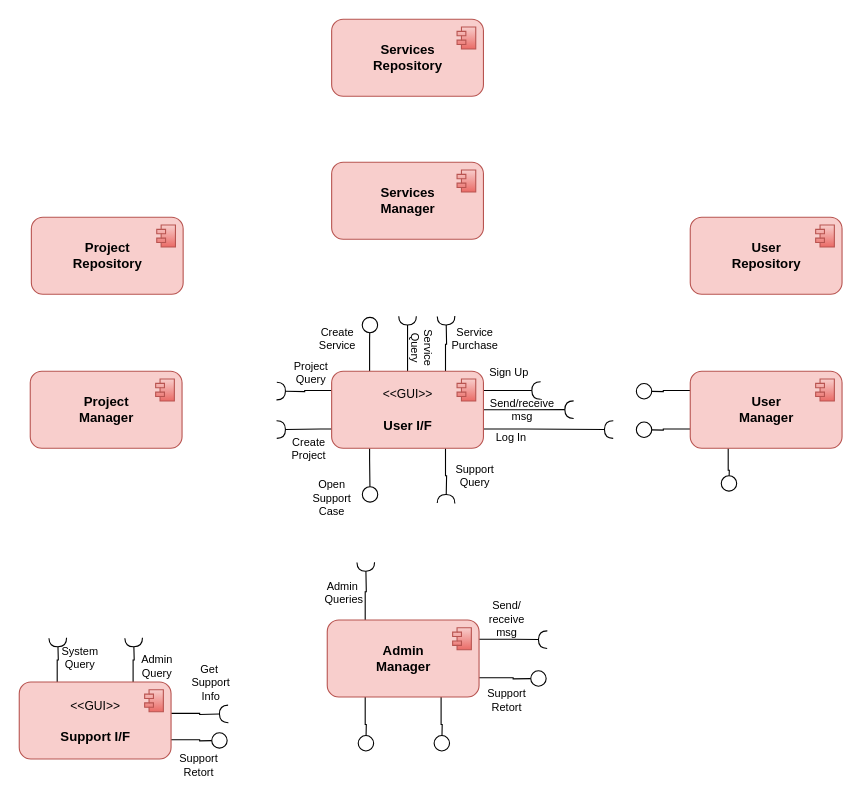
Before: page "Component Diagram" (3 of 3) of SAD Diagrams.drawio in Itaybarbar/myProject, a draw.io diagram. Source tidied: cells renumbered, new cells numbered last; positions are measured from the earlier drawing's top-left corner, leaving out a move shared by most shapes. Both pictures are drawn from the tidied source at 110%, with x=0, y=0 at pixel (19, 19).
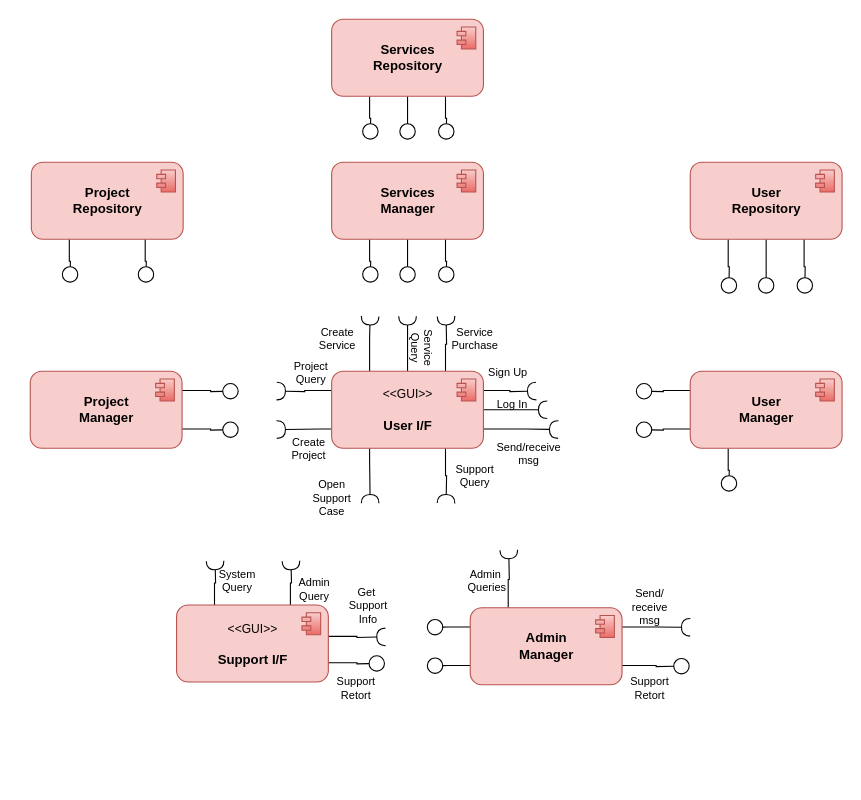
After the change.

Unchanged cells that the change refers to:
```xml
<mxCell id="15" value="&lt;blockquote style=&quot;margin: 0 0 0 40px ; border: none ; padding: 0px&quot;&gt;&lt;/blockquote&gt;&lt;span style=&quot;font-size: 11px&quot;&gt;&lt;span style=&quot;font-weight: normal&quot;&gt;&amp;lt;&amp;lt;GUI&amp;gt;&amp;gt;&lt;br&gt;&lt;/span&gt;&lt;br&gt;&lt;/span&gt;User I/F&lt;br&gt; " style="html=1;fillColor=#f8cecc;strokeColor=#b85450;align=center;fontStyle=1;perimeterSpacing=0;rounded=1;" parent="1" vertex="1">
  <mxGeometry x="284" y="320" width="138" height="70" as="geometry" />
</mxCell>
<mxCell id="36" value="&lt;blockquote style=&quot;margin: 0 0 0 40px ; border: none ; padding: 0px&quot;&gt;&lt;/blockquote&gt;&lt;font style=&quot;font-size: 12px&quot;&gt;Services&lt;/font&gt;&lt;br&gt;Manager&lt;br&gt; " style="html=1;fillColor=#f8cecc;strokeColor=#b85450;align=center;fontStyle=1;perimeterSpacing=0;rounded=1;" parent="1" vertex="1">
  <mxGeometry x="284" y="130" width="138" height="70" as="geometry" />
</mxCell>
<mxCell id="38" value="&lt;blockquote style=&quot;margin: 0 0 0 40px ; border: none ; padding: 0px&quot;&gt;&lt;/blockquote&gt;&lt;font style=&quot;font-size: 12px&quot;&gt;Services&lt;/font&gt;&lt;br&gt;Repository&lt;br&gt; " style="html=1;fillColor=#f8cecc;strokeColor=#b85450;align=center;fontStyle=1;perimeterSpacing=0;rounded=1;" parent="1" vertex="1">
  <mxGeometry x="284" width="138" height="70" as="geometry" />
</mxCell>
<mxCell id="40" value="&lt;blockquote style=&quot;margin: 0 0 0 40px ; border: none ; padding: 0px&quot;&gt;&lt;/blockquote&gt;&lt;font style=&quot;font-size: 12px&quot;&gt;Project&lt;/font&gt;&lt;br&gt;Manager&lt;br&gt; " style="html=1;fillColor=#f8cecc;strokeColor=#b85450;align=center;fontStyle=1;perimeterSpacing=0;rounded=1;" parent="1" vertex="1">
  <mxGeometry x="10" y="320" width="138" height="70" as="geometry" />
</mxCell>
```

Change to the diagram source:
```diff
@@
     <mxCell id="6" style="edgeStyle=orthogonalEdgeStyle;rounded=0;jettySize=auto;html=1;exitX=1;exitY=0.25;exitDx=0;exitDy=0;endArrow=halfCircle;endFill=0;sourcePerimeterSpacing=0;targetPerimeterSpacing=0;strokeWidth=1;" parent="1" edge="1" source="15">
       <mxGeometry relative="1" as="geometry">
-        <mxPoint x="474" y="337.5" as="targetPoint" />
+        <mxPoint x="470" y="338" as="targetPoint" />
       </mxGeometry>
     </mxCell>
@@
     <mxCell id="8" style="edgeStyle=orthogonalEdgeStyle;rounded=0;jettySize=auto;html=1;exitX=1;exitY=0.75;exitDx=0;exitDy=0;endArrow=halfCircle;endFill=0;sourcePerimeterSpacing=0;targetPerimeterSpacing=0;strokeWidth=1;" parent="1" edge="1" source="15">
       <mxGeometry relative="1" as="geometry">
-        <mxPoint x="540" y="373" as="targetPoint" />
+        <mxPoint x="490" y="373" as="targetPoint" />
         <Array as="points">
           <mxPoint x="460" y="373" />
           <mxPoint x="460" y="373" />
         </Array>
       </mxGeometry>
     </mxCell>
-    <mxCell id="9" style="edgeStyle=orthogonalEdgeStyle;rounded=0;jettySize=auto;html=1;exitX=0.25;exitY=0;exitDx=0;exitDy=0;endArrow=circle;endFill=0;sourcePerimeterSpacing=0;targetPerimeterSpacing=0;strokeWidth=1;" parent="1" edge="1" source="15">
+    <mxCell id="9" style="edgeStyle=orthogonalEdgeStyle;rounded=0;jettySize=auto;html=1;exitX=0.25;exitY=0;exitDx=0;exitDy=0;endArrow=halfCircle;endFill=0;sourcePerimeterSpacing=0;targetPerimeterSpacing=0;strokeWidth=1;" parent="1" edge="1" source="15">
       <mxGeometry relative="1" as="geometry">
         <mxPoint x="319" y="270" as="targetPoint" />
         <Array as="points">
           <mxPoint x="319" y="290" />
           <mxPoint x="319" y="290" />
         </Array>
       </mxGeometry>
     </mxCell>
@@
-    <mxCell id="11" style="edgeStyle=orthogonalEdgeStyle;rounded=0;jettySize=auto;html=1;exitX=0.25;exitY=1;exitDx=0;exitDy=0;endArrow=circle;endFill=0;sourcePerimeterSpacing=0;targetPerimeterSpacing=0;strokeWidth=1;" parent="1" edge="1" source="15">
+    <mxCell id="11" style="edgeStyle=orthogonalEdgeStyle;rounded=0;jettySize=auto;html=1;exitX=0.25;exitY=1;exitDx=0;exitDy=0;endArrow=halfCircle;endFill=0;sourcePerimeterSpacing=0;targetPerimeterSpacing=0;strokeWidth=1;" parent="1" edge="1" source="15">
       <mxGeometry relative="1" as="geometry">
         <mxPoint x="319" y="440" as="targetPoint" />
         <Array as="points">
           <mxPoint x="319" y="400" />
           <mxPoint x="319" y="400" />
         </Array>
       </mxGeometry>
     </mxCell>
@@
     <mxCell id="14" style="edgeStyle=orthogonalEdgeStyle;rounded=0;jettySize=auto;html=1;exitX=1;exitY=0.5;exitDx=0;exitDy=0;fontSize=10;endArrow=halfCircle;endFill=0;sourcePerimeterSpacing=0;targetPerimeterSpacing=0;strokeWidth=1;" parent="1" edge="1" source="15">
       <mxGeometry relative="1" as="geometry">
-        <mxPoint x="504" y="354.9" as="targetPoint" />
+        <mxPoint x="480" y="355" as="targetPoint" />
       </mxGeometry>
     </mxCell>
@@
     <mxCell id="17" value="Log In" style="text;html=1;align=center;verticalAlign=middle;strokeColor=none;fillColor=none;fontSize=10;" parent="1" vertex="1">
-      <mxGeometry x="427" y="370" width="40" height="20" as="geometry" />
+      <mxGeometry x="428" y="340" width="40" height="20" as="geometry" />
     </mxCell>
@@
     <mxCell id="22" style="edgeStyle=orthogonalEdgeStyle;rounded=0;jettySize=auto;html=1;exitX=1.001;exitY=0.407;exitDx=0;exitDy=0;endArrow=halfCircle;endFill=0;sourcePerimeterSpacing=0;targetPerimeterSpacing=0;strokeWidth=1;exitPerimeter=0;" parent="1" edge="1" source="26">
       <mxGeometry relative="1" as="geometry">
-        <mxPoint x="190" y="631.5" as="targetPoint" />
+        <mxPoint x="333" y="561.5" as="targetPoint" />
       </mxGeometry>
     </mxCell>
     <mxCell id="23" style="edgeStyle=orthogonalEdgeStyle;rounded=0;jettySize=auto;html=1;exitX=0.75;exitY=0;exitDx=0;exitDy=0;fontSize=10;endArrow=halfCircle;endFill=0;sourcePerimeterSpacing=0;targetPerimeterSpacing=0;strokeWidth=1;" parent="1" edge="1" source="26">
       <mxGeometry relative="1" as="geometry">
-        <mxPoint x="104" y="562.5" as="targetPoint" />
+        <mxPoint x="247" y="492.5" as="targetPoint" />
       </mxGeometry>
     </mxCell>
     <mxCell id="24" style="edgeStyle=orthogonalEdgeStyle;rounded=0;jettySize=auto;html=1;exitX=0.25;exitY=0;exitDx=0;exitDy=0;fontSize=10;endArrow=halfCircle;endFill=0;sourcePerimeterSpacing=0;targetPerimeterSpacing=0;strokeWidth=1;" parent="1" edge="1" source="26">
       <mxGeometry relative="1" as="geometry">
-        <mxPoint x="35" y="562.5" as="targetPoint" />
+        <mxPoint x="178" y="492.5" as="targetPoint" />
       </mxGeometry>
     </mxCell>
     <mxCell id="25" style="edgeStyle=orthogonalEdgeStyle;rounded=0;jettySize=auto;html=1;exitX=1;exitY=0.75;exitDx=0;exitDy=0;fontSize=10;endArrow=circle;endFill=0;sourcePerimeterSpacing=0;targetPerimeterSpacing=0;strokeWidth=1;" parent="1" edge="1" source="26">
       <mxGeometry relative="1" as="geometry">
-        <mxPoint x="190" y="655.5" as="targetPoint" />
+        <mxPoint x="333" y="585.5" as="targetPoint" />
       </mxGeometry>
     </mxCell>
     <mxCell id="26" value="&lt;blockquote style=&quot;margin: 0 0 0 40px ; border: none ; padding: 0px&quot;&gt;&lt;/blockquote&gt;&lt;span style=&quot;font-size: 11px&quot;&gt;&lt;span style=&quot;font-weight: normal&quot;&gt;&amp;lt;&amp;lt;GUI&amp;gt;&amp;gt;&lt;br&gt;&lt;/span&gt;&lt;br&gt;&lt;/span&gt;Support I/F&lt;br&gt; " style="html=1;fillColor=#f8cecc;strokeColor=#b85450;align=center;fontStyle=1;perimeterSpacing=0;rounded=1;" parent="1" vertex="1">
-      <mxGeometry y="602.5" width="138" height="70" as="geometry" />
+      <mxGeometry x="143" y="532.5" width="138" height="70" as="geometry" />
     </mxCell>
@@
     <mxCell id="28" value="Get&amp;nbsp;&lt;br style=&quot;font-size: 10px;&quot;&gt;Support&lt;br style=&quot;font-size: 10px;&quot;&gt;Info" style="text;html=1;align=center;verticalAlign=middle;strokeColor=none;fillColor=none;fontSize=10;" parent="1" vertex="1">
-      <mxGeometry x="149" y="582.5" width="50" height="40" as="geometry" />
+      <mxGeometry x="292" y="512.5" width="50" height="40" as="geometry" />
     </mxCell>
@@
+    <mxCell id="59" style="edgeStyle=orthogonalEdgeStyle;rounded=0;jettySize=auto;html=1;exitX=0.25;exitY=1;exitDx=0;exitDy=0;endArrow=circle;endFill=0;" parent="1" edge="1" source="34">
+      <mxGeometry relative="1" as="geometry">
+        <mxPoint x="645" y="250" as="targetPoint" />
+      </mxGeometry>
+    </mxCell>
+    <mxCell id="60" style="edgeStyle=orthogonalEdgeStyle;rounded=0;jettySize=auto;html=1;exitX=0.5;exitY=1;exitDx=0;exitDy=0;endArrow=circle;endFill=0;" parent="1" edge="1" source="34">
+      <mxGeometry relative="1" as="geometry">
+        <mxPoint x="679" y="250" as="targetPoint" />
+      </mxGeometry>
+    </mxCell>
+    <mxCell id="61" style="edgeStyle=orthogonalEdgeStyle;rounded=0;jettySize=auto;html=1;exitX=0.75;exitY=1;exitDx=0;exitDy=0;endArrow=circle;endFill=0;" parent="1" edge="1" source="34">
+      <mxGeometry relative="1" as="geometry">
+        <mxPoint x="714" y="250" as="targetPoint" />
+      </mxGeometry>
+    </mxCell>
     <mxCell id="34" value="&lt;blockquote style=&quot;margin: 0 0 0 40px ; border: none ; padding: 0px&quot;&gt;&lt;/blockquote&gt;&lt;font style=&quot;font-size: 12px&quot;&gt;User&lt;/font&gt;&lt;br&gt;Repository&lt;br&gt; " style="html=1;fillColor=#f8cecc;strokeColor=#b85450;align=center;fontStyle=1;perimeterSpacing=0;rounded=1;" parent="1" vertex="1">
-      <mxGeometry x="610" y="180" width="138" height="70" as="geometry" />
+      <mxGeometry x="610" y="130" width="138" height="70" as="geometry" />
     </mxCell>
@@
+    <mxCell id="62" style="edgeStyle=orthogonalEdgeStyle;rounded=0;jettySize=auto;html=1;exitX=0.75;exitY=1;exitDx=0;exitDy=0;endArrow=circle;endFill=0;" parent="1" edge="1" source="36">
+      <mxGeometry relative="1" as="geometry">
+        <mxPoint x="388" y="240" as="targetPoint" />
+      </mxGeometry>
+    </mxCell>
+    <mxCell id="63" style="edgeStyle=orthogonalEdgeStyle;rounded=0;jettySize=auto;html=1;exitX=0.5;exitY=1;exitDx=0;exitDy=0;endArrow=circle;endFill=0;" parent="1" edge="1" source="36">
+      <mxGeometry relative="1" as="geometry">
+        <mxPoint x="353" y="240" as="targetPoint" />
+      </mxGeometry>
+    </mxCell>
+    <mxCell id="64" style="edgeStyle=orthogonalEdgeStyle;rounded=0;jettySize=auto;html=1;exitX=0.25;exitY=1;exitDx=0;exitDy=0;endArrow=circle;endFill=0;" parent="1" edge="1" source="36">
+      <mxGeometry relative="1" as="geometry">
+        <mxPoint x="319" y="240" as="targetPoint" />
+      </mxGeometry>
+    </mxCell>
@@
+    <mxCell id="65" style="edgeStyle=orthogonalEdgeStyle;rounded=0;jettySize=auto;html=1;exitX=0.25;exitY=1;exitDx=0;exitDy=0;endArrow=circle;endFill=0;" parent="1" edge="1" source="38">
+      <mxGeometry relative="1" as="geometry">
+        <mxPoint x="319" y="110" as="targetPoint" />
+      </mxGeometry>
+    </mxCell>
+    <mxCell id="66" style="edgeStyle=orthogonalEdgeStyle;rounded=0;jettySize=auto;html=1;exitX=0.5;exitY=1;exitDx=0;exitDy=0;endArrow=circle;endFill=0;" parent="1" edge="1" source="38">
+      <mxGeometry relative="1" as="geometry">
+        <mxPoint x="353" y="110" as="targetPoint" />
+      </mxGeometry>
+    </mxCell>
+    <mxCell id="67" style="edgeStyle=orthogonalEdgeStyle;rounded=0;jettySize=auto;html=1;exitX=0.75;exitY=1;exitDx=0;exitDy=0;endArrow=circle;endFill=0;" parent="1" edge="1" source="38">
+      <mxGeometry relative="1" as="geometry">
+        <mxPoint x="388" y="110" as="targetPoint" />
+      </mxGeometry>
+    </mxCell>
@@
+    <mxCell id="68" style="edgeStyle=orthogonalEdgeStyle;rounded=0;jettySize=auto;html=1;exitX=1;exitY=0.25;exitDx=0;exitDy=0;endArrow=circle;endFill=0;" parent="1" edge="1" source="40">
+      <mxGeometry relative="1" as="geometry">
+        <mxPoint x="200" y="338" as="targetPoint" />
+      </mxGeometry>
+    </mxCell>
+    <mxCell id="69" style="edgeStyle=orthogonalEdgeStyle;rounded=0;jettySize=auto;html=1;exitX=1;exitY=0.75;exitDx=0;exitDy=0;endArrow=circle;endFill=0;" parent="1" edge="1" source="40">
+      <mxGeometry relative="1" as="geometry">
+        <mxPoint x="200" y="373" as="targetPoint" />
+      </mxGeometry>
+    </mxCell>
@@
+    <mxCell id="70" style="edgeStyle=orthogonalEdgeStyle;rounded=0;jettySize=auto;html=1;exitX=0.75;exitY=1;exitDx=0;exitDy=0;endArrow=circle;endFill=0;" parent="1" edge="1" source="42">
+      <mxGeometry relative="1" as="geometry">
+        <mxPoint x="115" y="240" as="targetPoint" />
+      </mxGeometry>
+    </mxCell>
+    <mxCell id="71" style="edgeStyle=orthogonalEdgeStyle;rounded=0;jettySize=auto;html=1;exitX=0.25;exitY=1;exitDx=0;exitDy=0;endArrow=circle;endFill=0;" parent="1" edge="1" source="42">
+      <mxGeometry relative="1" as="geometry">
+        <mxPoint x="46" y="240" as="targetPoint" />
+      </mxGeometry>
+    </mxCell>
     <mxCell id="42" value="&lt;blockquote style=&quot;margin: 0 0 0 40px ; border: none ; padding: 0px&quot;&gt;&lt;/blockquote&gt;Project&lt;br&gt;Repository&lt;br&gt; " style="html=1;fillColor=#f8cecc;strokeColor=#b85450;align=center;fontStyle=1;perimeterSpacing=0;rounded=1;" parent="1" vertex="1">
-      <mxGeometry x="11" y="180" width="138" height="70" as="geometry" />
+      <mxGeometry x="11" y="130" width="138" height="70" as="geometry" />
     </mxCell>
@@
     <mxCell id="44" style="edgeStyle=orthogonalEdgeStyle;rounded=0;jettySize=auto;html=1;exitX=1;exitY=0.75;exitDx=0;exitDy=0;fontSize=10;endArrow=circle;endFill=0;sourcePerimeterSpacing=0;targetPerimeterSpacing=0;strokeWidth=1;" parent="1" edge="1" source="49">
       <mxGeometry relative="1" as="geometry">
-        <mxPoint x="480" y="599.2" as="targetPoint" />
+        <mxPoint x="610" y="588" as="targetPoint" />
       </mxGeometry>
     </mxCell>
-    <mxCell id="45" style="edgeStyle=orthogonalEdgeStyle;rounded=0;jettySize=auto;html=1;exitX=0.75;exitY=1;exitDx=0;exitDy=0;fontSize=10;endArrow=circle;endFill=0;sourcePerimeterSpacing=0;targetPerimeterSpacing=0;strokeWidth=1;" parent="1" edge="1" source="49">
-      <mxGeometry relative="1" as="geometry">
-        <mxPoint x="384" y="666.2" as="targetPoint" />
-      </mxGeometry>
-    </mxCell>
-    <mxCell id="46" style="edgeStyle=orthogonalEdgeStyle;rounded=0;jettySize=auto;html=1;exitX=0.25;exitY=1;exitDx=0;exitDy=0;fontSize=10;endArrow=circle;endFill=0;sourcePerimeterSpacing=0;targetPerimeterSpacing=0;strokeWidth=1;" parent="1" edge="1" source="49">
-      <mxGeometry relative="1" as="geometry">
-        <mxPoint x="315" y="666.2" as="targetPoint" />
-      </mxGeometry>
-    </mxCell>
     <mxCell id="47" style="edgeStyle=orthogonalEdgeStyle;rounded=0;jettySize=auto;html=1;exitX=0.25;exitY=0;exitDx=0;exitDy=0;fontSize=10;endArrow=halfCircle;endFill=0;sourcePerimeterSpacing=0;targetPerimeterSpacing=0;strokeWidth=1;" parent="1" edge="1" source="49">
       <mxGeometry relative="1" as="geometry">
-        <mxPoint x="315" y="493.8" as="targetPoint" />
+        <mxPoint x="445" y="482.5" as="targetPoint" />
       </mxGeometry>
     </mxCell>
     <mxCell id="48" style="edgeStyle=orthogonalEdgeStyle;rounded=0;jettySize=auto;html=1;exitX=1;exitY=0.25;exitDx=0;exitDy=0;fontSize=10;endArrow=halfCircle;endFill=0;sourcePerimeterSpacing=0;targetPerimeterSpacing=0;strokeWidth=1;" parent="1" edge="1" source="49">
       <mxGeometry relative="1" as="geometry">
-        <mxPoint x="480" y="564" as="targetPoint" />
+        <mxPoint x="610" y="552.8" as="targetPoint" />
       </mxGeometry>
     </mxCell>
+    <mxCell id="72" style="edgeStyle=orthogonalEdgeStyle;rounded=0;jettySize=auto;html=1;exitX=0;exitY=0.25;exitDx=0;exitDy=0;endArrow=circle;endFill=0;" parent="1" edge="1" source="49">
+      <mxGeometry relative="1" as="geometry">
+        <mxPoint x="370" y="552.8" as="targetPoint" />
+      </mxGeometry>
+    </mxCell>
+    <mxCell id="73" style="edgeStyle=orthogonalEdgeStyle;rounded=0;jettySize=auto;html=1;exitX=0;exitY=0.75;exitDx=0;exitDy=0;endArrow=circle;endFill=0;" parent="1" edge="1" source="49">
+      <mxGeometry relative="1" as="geometry">
+        <mxPoint x="370" y="587.8" as="targetPoint" />
+      </mxGeometry>
+    </mxCell>
     <mxCell id="49" value="&lt;blockquote style=&quot;margin: 0 0 0 40px ; border: none ; padding: 0px&quot;&gt;&lt;/blockquote&gt;Admin&lt;br&gt;Manager&lt;br&gt; " style="html=1;fillColor=#f8cecc;strokeColor=#b85450;align=center;fontStyle=1;perimeterSpacing=0;rounded=1;" parent="1" vertex="1">
-      <mxGeometry x="280" y="546.2" width="138" height="70" as="geometry" />
+      <mxGeometry x="410" y="535" width="138" height="70" as="geometry" />
     </mxCell>
@@
     <mxCell id="51" value="Admin &lt;br&gt;Query" style="text;html=1;align=center;verticalAlign=middle;strokeColor=none;fillColor=none;fontSize=10;" parent="1" vertex="1">
-      <mxGeometry x="105" y="572.5" width="40" height="30" as="geometry" />
+      <mxGeometry x="248" y="502.5" width="40" height="30" as="geometry" />
     </mxCell>
     <mxCell id="52" value="System&lt;br&gt;Query" style="text;html=1;align=center;verticalAlign=middle;strokeColor=none;fillColor=none;fontSize=10;" parent="1" vertex="1">
-      <mxGeometry x="30" y="565" width="50" height="30" as="geometry" />
+      <mxGeometry x="173" y="495" width="50" height="30" as="geometry" />
     </mxCell>
     <mxCell id="53" value="Support&lt;br&gt;Retort" style="text;html=1;align=center;verticalAlign=middle;strokeColor=none;fillColor=none;fontSize=10;" parent="1" vertex="1">
-      <mxGeometry x="138" y="662.5" width="50" height="30" as="geometry" />
+      <mxGeometry x="281" y="592.5" width="50" height="30" as="geometry" />
     </mxCell>
     <mxCell id="54" value="Support&lt;br&gt;Retort" style="text;html=1;align=center;verticalAlign=middle;strokeColor=none;fillColor=none;fontSize=10;" parent="1" vertex="1">
-      <mxGeometry x="418" y="603.8" width="50" height="30" as="geometry" />
+      <mxGeometry x="548" y="592.5" width="50" height="30" as="geometry" />
     </mxCell>
@@
     <mxCell id="56" value="Admin&amp;nbsp;&lt;br&gt;Queries" style="text;html=1;align=center;verticalAlign=middle;strokeColor=none;fillColor=none;fontSize=10;" parent="1" vertex="1">
-      <mxGeometry x="270" y="506.2" width="50" height="30" as="geometry" />
+      <mxGeometry x="400" y="495" width="50" height="30" as="geometry" />
     </mxCell>
     <mxCell id="57" value="Send/receive&lt;br&gt;msg" style="text;html=1;align=center;verticalAlign=middle;strokeColor=none;fillColor=none;fontSize=10;" parent="1" vertex="1">
-      <mxGeometry x="422" y="340" width="70" height="30" as="geometry" />
+      <mxGeometry x="428" y="380" width="70" height="30" as="geometry" />
     </mxCell>
     <mxCell id="58" value="Send/&lt;br&gt;receive&lt;br&gt;msg" style="text;html=1;align=center;verticalAlign=middle;strokeColor=none;fillColor=none;fontSize=10;" parent="1" vertex="1">
-      <mxGeometry x="418" y="525" width="50" height="40" as="geometry" />
+      <mxGeometry x="548" y="513.8" width="50" height="40" as="geometry" />
     </mxCell>
```
